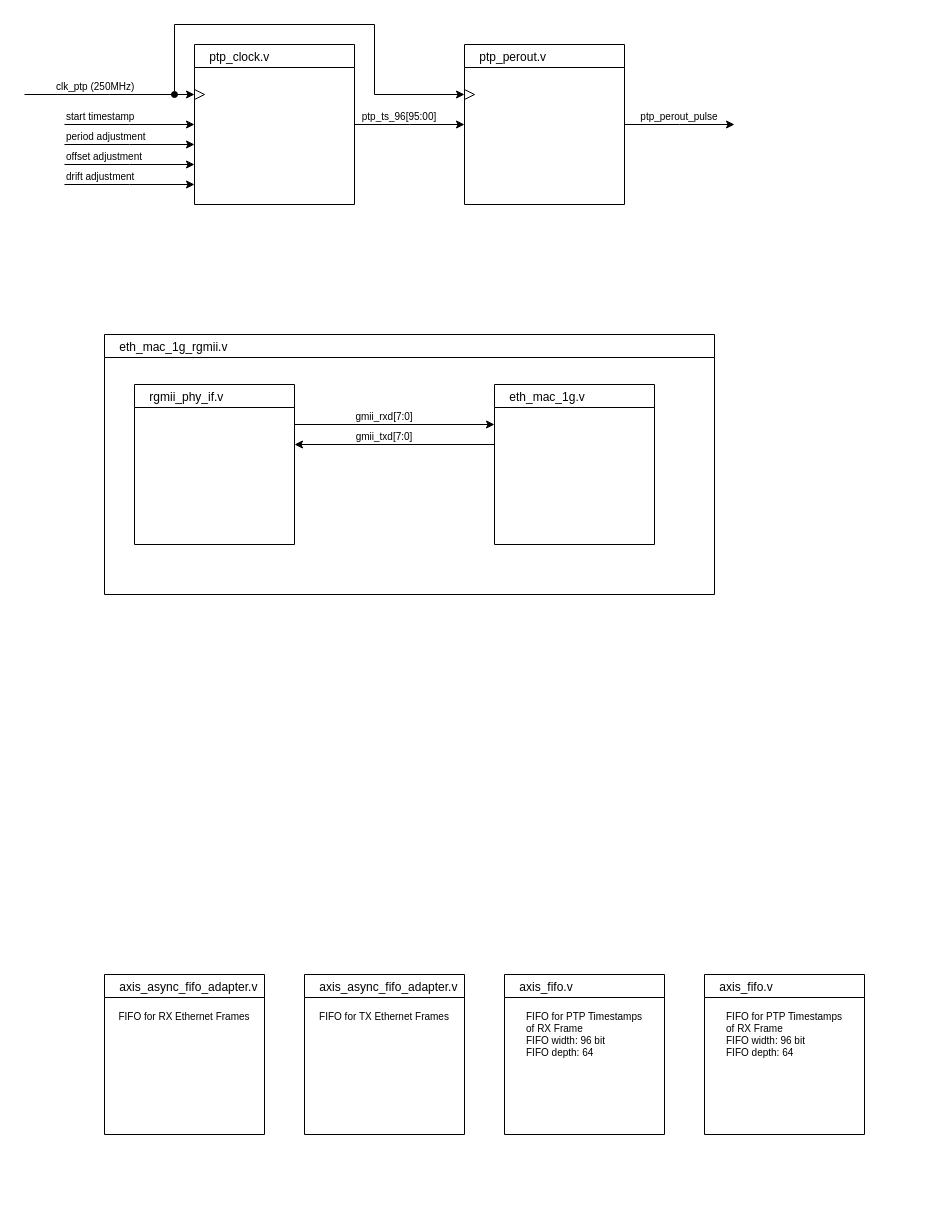
The draw.io diagram eth_mac_1g.drawio in p3da/esp_bd, before the edit. Source tidied: cells renumbered, new cells numbered last; positions are measured from the earlier drawing's top-left corner, leaving out a move shared by most shapes. Both pictures are drawn from the tidied source at 100%, with x=0, y=0 at pixel (24, 24).
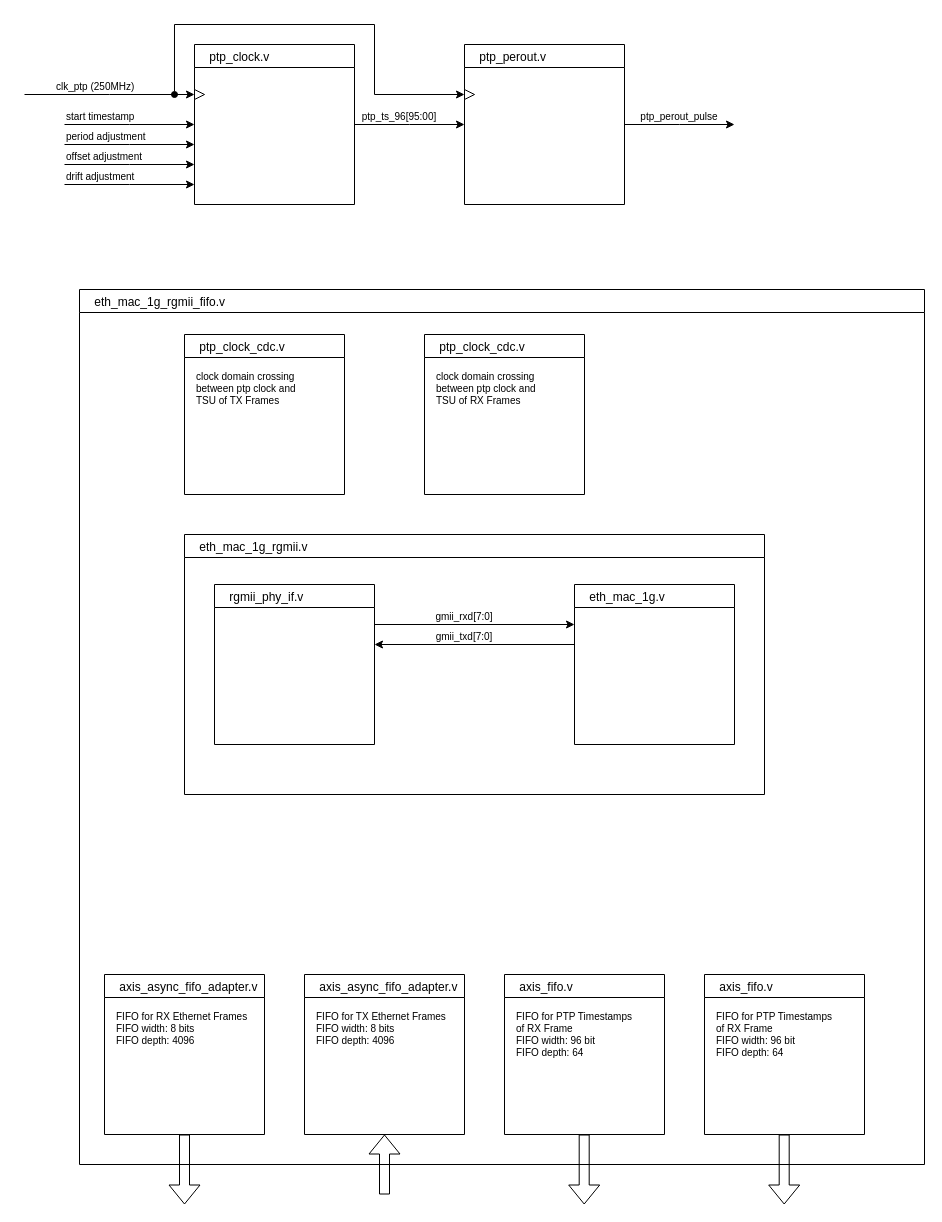
The same diagram, later.

The change refers to these unchanged cells:
```xml
<mxCell id="29" value="    axis_async_fifo_adapter.v" style="swimlane;fontStyle=0;align=left;" parent="1" vertex="1">
  <mxGeometry x="80" y="950" width="160" height="160" as="geometry" />
</mxCell>
<mxCell id="31" value="    axis_async_fifo_adapter.v" style="swimlane;fontStyle=0;align=left;" parent="1" vertex="1">
  <mxGeometry x="280" y="950" width="160" height="160" as="geometry" />
</mxCell>
<mxCell id="33" value="    axis_fifo.v" style="swimlane;fontStyle=0;align=left;" parent="1" vertex="1">
  <mxGeometry x="680" y="950" width="160" height="160" as="geometry" />
</mxCell>
<mxCell id="35" value="    axis_fifo.v" style="swimlane;fontStyle=0;align=left;" parent="1" vertex="1">
  <mxGeometry x="480" y="950" width="160" height="160" as="geometry" />
</mxCell>
```

Change to the diagram source:
```diff
@@
-    <mxCell id="2" value="    eth_mac_1g.v" style="swimlane;align=left;fontStyle=0;" parent="1" vertex="1">
-      <mxGeometry x="470" y="360" width="160" height="160" as="geometry" />
-    </mxCell>
-    <mxCell id="3" style="edgeStyle=orthogonalEdgeStyle;rounded=0;jettySize=auto;html=1;exitX=1;exitY=0.25;exitDx=0;exitDy=0;entryX=0;entryY=0.25;entryDx=0;entryDy=0;" parent="1" edge="1" source="5" target="2">
-      <mxGeometry relative="1" as="geometry" />
-    </mxCell>
-    <mxCell id="4" style="edgeStyle=orthogonalEdgeStyle;rounded=0;orthogonalLoop=1;jettySize=auto;html=1;startArrow=classic;startFill=1;endArrow=none;endFill=0;" parent="1" edge="1">
-      <mxGeometry relative="1" as="geometry">
-        <mxPoint x="270" y="420" as="sourcePoint" />
-        <mxPoint x="470" y="420" as="targetPoint" />
-      </mxGeometry>
-    </mxCell>
-    <mxCell id="5" value="    rgmii_phy_if.v" style="swimlane;fontStyle=0;align=left;" parent="1" vertex="1">
-      <mxGeometry x="110" y="360" width="160" height="160" as="geometry" />
-    </mxCell>
-    <mxCell id="6" value="&lt;font style=&quot;font-size: 10px;&quot;&gt;gmii_rxd[7:0]&lt;/font&gt;" style="text;html=1;strokeColor=none;fillColor=none;align=center;verticalAlign=middle;whiteSpace=wrap;rounded=0;spacingBottom=6;" parent="1" vertex="1">
-      <mxGeometry x="330" y="380" width="60" height="30" as="geometry" />
-    </mxCell>
-    <mxCell id="7" value="&lt;font style=&quot;font-size: 10px;&quot;&gt;gmii_txd[7:0]&lt;/font&gt;" style="text;html=1;strokeColor=none;fillColor=none;align=center;verticalAlign=middle;whiteSpace=wrap;rounded=0;spacingBottom=6;" parent="1" vertex="1">
-      <mxGeometry x="330" y="400" width="60" height="30" as="geometry" />
-    </mxCell>
-    <mxCell id="8" value="    eth_mac_1g_rgmii.v" style="swimlane;align=left;fontStyle=0;" parent="1" vertex="1">
-      <mxGeometry x="80" y="310" width="610" height="260" as="geometry" />
-    </mxCell>
@@
-    <mxCell id="30" value="FIFO for RX Ethernet Frames" style="text;html=1;strokeColor=none;fillColor=none;align=center;verticalAlign=top;whiteSpace=wrap;rounded=0;fontSize=10;labelPosition=center;verticalLabelPosition=middle;" parent="29" vertex="1">
-      <mxGeometry y="30" width="160" height="130" as="geometry" />
+    <mxCell id="30" value="&lt;div align=&quot;left&quot;&gt;FIFO for RX Ethernet Frames&lt;/div&gt;&lt;div align=&quot;left&quot;&gt;FIFO width: 8 bits&lt;/div&gt;&lt;div align=&quot;left&quot;&gt;FIFO depth: 4096&lt;br&gt;&lt;/div&gt;" style="text;html=1;strokeColor=none;fillColor=none;align=left;verticalAlign=top;whiteSpace=wrap;rounded=0;fontSize=10;labelPosition=center;verticalLabelPosition=middle;" parent="29" vertex="1">
+      <mxGeometry x="10" y="30" width="140" height="130" as="geometry" />
     </mxCell>
@@
-    <mxCell id="32" value="FIFO for TX Ethernet Frames" style="text;html=1;strokeColor=none;fillColor=none;align=center;verticalAlign=top;whiteSpace=wrap;rounded=0;fontSize=10;labelPosition=center;verticalLabelPosition=middle;" parent="31" vertex="1">
-      <mxGeometry y="30" width="160" height="130" as="geometry" />
+    <mxCell id="32" value="&lt;div align=&quot;left&quot;&gt;FIFO for TX Ethernet Frames&lt;/div&gt;&lt;div align=&quot;left&quot;&gt;FIFO width: 8 bits&lt;/div&gt;&lt;div align=&quot;left&quot;&gt;FIFO depth: 4096&lt;br&gt;&lt;/div&gt;&lt;div align=&quot;left&quot;&gt;&lt;br&gt;&lt;/div&gt;" style="text;html=1;strokeColor=none;fillColor=none;align=left;verticalAlign=top;whiteSpace=wrap;rounded=0;fontSize=10;labelPosition=center;verticalLabelPosition=middle;" parent="31" vertex="1">
+      <mxGeometry x="10" y="30" width="140" height="130" as="geometry" />
     </mxCell>
@@
-    <mxCell id="34" value="&lt;div&gt;FIFO for PTP Timestamps&lt;/div&gt;&lt;div align=&quot;left&quot;&gt;of RX Frame&lt;/div&gt;&lt;div align=&quot;left&quot;&gt;FIFO width: 96 bit&lt;/div&gt;&lt;div align=&quot;left&quot;&gt;FIFO depth: 64&lt;br&gt;&lt;/div&gt;" style="text;html=1;strokeColor=none;fillColor=none;align=center;verticalAlign=top;whiteSpace=wrap;rounded=0;fontSize=10;labelPosition=center;verticalLabelPosition=middle;" parent="33" vertex="1">
-      <mxGeometry y="30" width="160" height="130" as="geometry" />
+    <mxCell id="34" value="&lt;div align=&quot;left&quot;&gt;FIFO for PTP Timestamps&lt;/div&gt;&lt;div align=&quot;left&quot;&gt;of RX Frame&lt;/div&gt;&lt;div align=&quot;left&quot;&gt;FIFO width: 96 bit&lt;/div&gt;&lt;div align=&quot;left&quot;&gt;FIFO depth: 64&lt;br&gt;&lt;/div&gt;" style="text;html=1;strokeColor=none;fillColor=none;align=left;verticalAlign=top;whiteSpace=wrap;rounded=0;fontSize=10;labelPosition=center;verticalLabelPosition=middle;" parent="33" vertex="1">
+      <mxGeometry x="10" y="30" width="140" height="130" as="geometry" />
     </mxCell>
@@
-    <mxCell id="36" value="&lt;div&gt;FIFO for PTP Timestamps&lt;/div&gt;&lt;div align=&quot;left&quot;&gt;of RX Frame&lt;/div&gt;&lt;div align=&quot;left&quot;&gt;FIFO width: 96 bit&lt;/div&gt;&lt;div align=&quot;left&quot;&gt;FIFO depth: 64&lt;br&gt;&lt;/div&gt;" style="text;html=1;strokeColor=none;fillColor=none;align=center;verticalAlign=top;whiteSpace=wrap;rounded=0;fontSize=10;labelPosition=center;verticalLabelPosition=middle;" parent="35" vertex="1">
-      <mxGeometry y="30" width="160" height="130" as="geometry" />
+    <mxCell id="36" value="&lt;div align=&quot;left&quot;&gt;FIFO for PTP Timestamps&lt;/div&gt;&lt;div align=&quot;left&quot;&gt;of RX Frame&lt;/div&gt;&lt;div align=&quot;left&quot;&gt;FIFO width: 96 bit&lt;/div&gt;&lt;div align=&quot;left&quot;&gt;FIFO depth: 64&lt;br&gt;&lt;/div&gt;" style="text;html=1;strokeColor=none;fillColor=none;align=left;verticalAlign=top;whiteSpace=wrap;rounded=0;fontSize=10;labelPosition=center;verticalLabelPosition=middle;" parent="35" vertex="1">
+      <mxGeometry x="10" y="30" width="140" height="130" as="geometry" />
     </mxCell>
+    <mxCell id="37" style="shape=flexArrow;endArrow=classic;html=1;rounded=0;fontSize=10;exitX=0.5;exitY=1;exitDx=0;exitDy=0;" parent="1" edge="1" source="30">
+      <mxGeometry relative="1" as="geometry">
+        <mxPoint x="160" y="1180" as="targetPoint" />
+      </mxGeometry>
+    </mxCell>
+    <mxCell id="38" style="shape=flexArrow;endArrow=classic;html=1;rounded=0;fontSize=10;entryX=0.5;entryY=1;entryDx=0;entryDy=0;" parent="1" edge="1" target="32">
+      <mxGeometry relative="1" as="geometry">
+        <mxPoint x="360" y="1170" as="sourcePoint" />
+      </mxGeometry>
+    </mxCell>
+    <mxCell id="39" style="shape=flexArrow;endArrow=classic;html=1;rounded=0;fontSize=10;exitX=0.5;exitY=1;exitDx=0;exitDy=0;" parent="1" edge="1">
+      <mxGeometry relative="1" as="geometry">
+        <mxPoint x="559.7" y="1110" as="sourcePoint" />
+        <mxPoint x="559.7" y="1180" as="targetPoint" />
+      </mxGeometry>
+    </mxCell>
+    <mxCell id="40" style="shape=flexArrow;endArrow=classic;html=1;rounded=0;fontSize=10;exitX=0.5;exitY=1;exitDx=0;exitDy=0;" parent="1" edge="1">
+      <mxGeometry relative="1" as="geometry">
+        <mxPoint x="759.7" y="1110" as="sourcePoint" />
+        <mxPoint x="759.7" y="1180" as="targetPoint" />
+      </mxGeometry>
+    </mxCell>
+    <mxCell id="41" value="    eth_mac_1g_rgmii_fifo.v" style="swimlane;align=left;fontStyle=0;" parent="1" vertex="1">
+      <mxGeometry x="55" y="265" width="845" height="875" as="geometry" />
+    </mxCell>
+    <mxCell id="42" value="    ptp_clock_cdc.v" style="swimlane;fontStyle=0;align=left;" parent="41" vertex="1">
+      <mxGeometry x="345" y="45" width="160" height="160" as="geometry" />
+    </mxCell>
+    <mxCell id="43" value="&lt;div&gt;clock domain crossing between ptp clock and &lt;br&gt;&lt;/div&gt;&lt;div&gt;TSU of RX Frames&lt;br&gt;&lt;/div&gt;" style="text;html=1;strokeColor=none;fillColor=none;align=left;verticalAlign=top;whiteSpace=wrap;rounded=0;fontSize=10;labelPosition=center;verticalLabelPosition=middle;" parent="42" vertex="1">
+      <mxGeometry x="10" y="30" width="140" height="130" as="geometry" />
+    </mxCell>
+    <mxCell id="44" value="    ptp_clock_cdc.v" style="swimlane;fontStyle=0;align=left;" parent="41" vertex="1">
+      <mxGeometry x="105" y="45" width="160" height="160" as="geometry" />
+    </mxCell>
+    <mxCell id="45" value="&lt;div&gt;clock domain crossing between ptp clock and &lt;br&gt;&lt;/div&gt;&lt;div&gt;TSU of TX Frames&lt;br&gt;&lt;/div&gt;" style="text;html=1;strokeColor=none;fillColor=none;align=left;verticalAlign=top;whiteSpace=wrap;rounded=0;fontSize=10;labelPosition=center;verticalLabelPosition=middle;" parent="44" vertex="1">
+      <mxGeometry x="10" y="30" width="140" height="130" as="geometry" />
+    </mxCell>
+    <mxCell id="8" value="    eth_mac_1g_rgmii.v" style="swimlane;align=left;fontStyle=0;" parent="41" vertex="1">
+      <mxGeometry x="105" y="245" width="580" height="260" as="geometry" />
+    </mxCell>
+    <mxCell id="2" value="    eth_mac_1g.v" style="swimlane;align=left;fontStyle=0;" parent="8" vertex="1">
+      <mxGeometry x="390" y="50" width="160" height="160" as="geometry" />
+    </mxCell>
+    <mxCell id="3" style="edgeStyle=orthogonalEdgeStyle;rounded=0;jettySize=auto;html=1;exitX=1;exitY=0.25;exitDx=0;exitDy=0;entryX=0;entryY=0.25;entryDx=0;entryDy=0;" parent="8" edge="1" source="5" target="2">
+      <mxGeometry relative="1" as="geometry" />
+    </mxCell>
+    <mxCell id="4" style="edgeStyle=orthogonalEdgeStyle;rounded=0;orthogonalLoop=1;jettySize=auto;html=1;startArrow=classic;startFill=1;endArrow=none;endFill=0;" parent="8" edge="1">
+      <mxGeometry relative="1" as="geometry">
+        <mxPoint x="190" y="110" as="sourcePoint" />
+        <mxPoint x="390" y="110" as="targetPoint" />
+      </mxGeometry>
+    </mxCell>
+    <mxCell id="5" value="    rgmii_phy_if.v" style="swimlane;fontStyle=0;align=left;" parent="8" vertex="1">
+      <mxGeometry x="30" y="50" width="160" height="160" as="geometry" />
+    </mxCell>
+    <mxCell id="6" value="&lt;font style=&quot;font-size: 10px;&quot;&gt;gmii_rxd[7:0]&lt;/font&gt;" style="text;html=1;strokeColor=none;fillColor=none;align=center;verticalAlign=middle;whiteSpace=wrap;rounded=0;spacingBottom=6;" parent="8" vertex="1">
+      <mxGeometry x="250" y="70" width="60" height="30" as="geometry" />
+    </mxCell>
+    <mxCell id="7" value="&lt;font style=&quot;font-size: 10px;&quot;&gt;gmii_txd[7:0]&lt;/font&gt;" style="text;html=1;strokeColor=none;fillColor=none;align=center;verticalAlign=middle;whiteSpace=wrap;rounded=0;spacingBottom=6;" parent="8" vertex="1">
+      <mxGeometry x="250" y="90" width="60" height="30" as="geometry" />
+    </mxCell>
```
